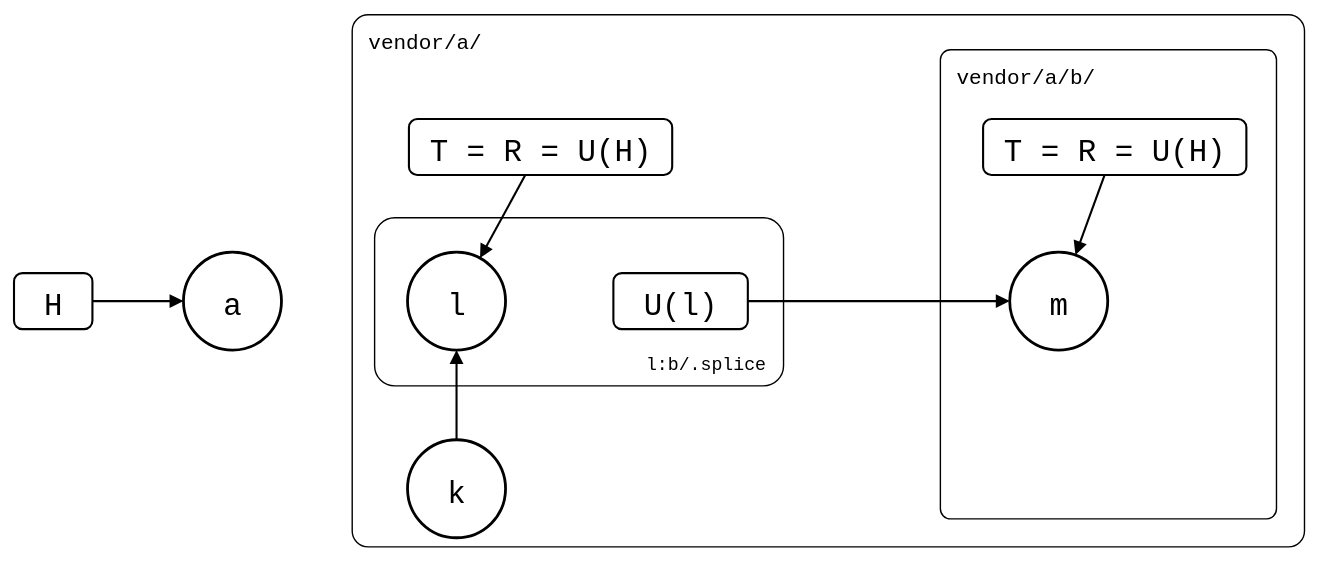
This is test/scenarios/nested-splices/nested-splices.drawio.svg from roschaefer/git-splice, a draw.io export, as it was before one commit. Source tidied: cells renumbered, new cells last; positions are measured from the earlier drawing's top-left corner, leaving out a move shared by most shapes.
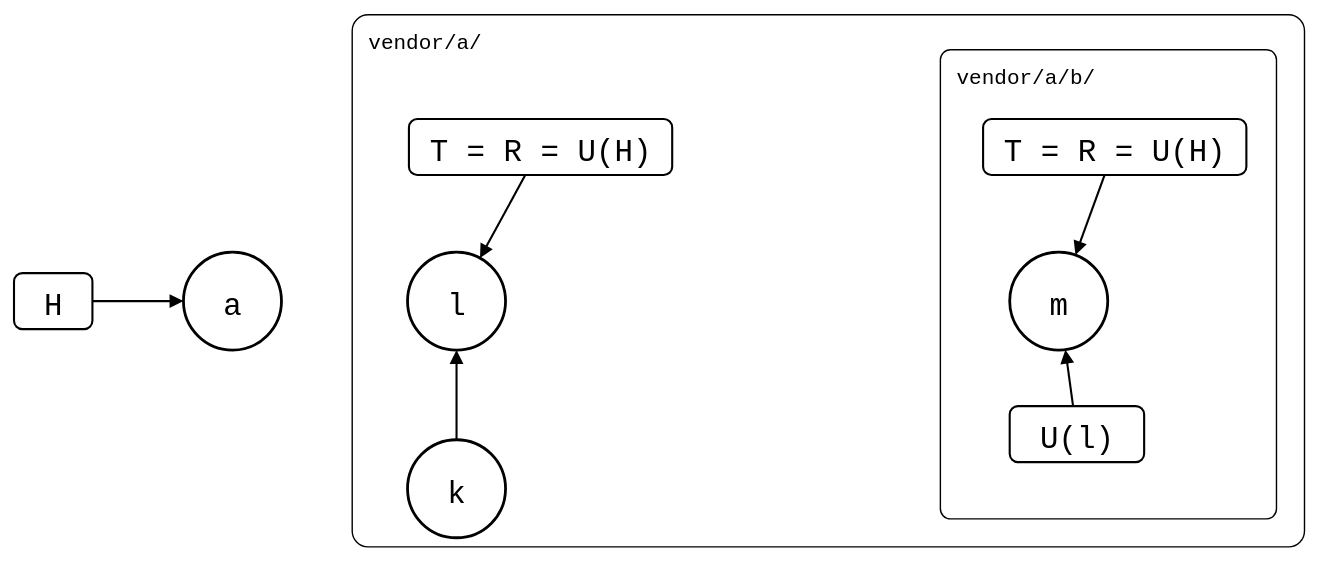
After the change.

The edit, as a diff of the source:
```diff
@@ -8,9 +8,6 @@
     <mxCell id="3" value="vendor/a/b/" style="rounded=1;arcSize=3;fillColor=none;strokeWidth=1;fontSize=15;verticalAlign=top;align=left;spacingLeft=10;spacingTop=4;fontFamily=Roboto Mono,monospace;" parent="1" vertex="1">
       <mxGeometry x="661" y="25" width="240" height="335" as="geometry" />
     </mxCell>
-    <mxCell id="4" value="l:b/.splice" style="rounded=1;arcSize=12;fillColor=none;strokeWidth=1;fontSize=13;verticalAlign=bottom;spacingBottom=6;spacingLeft=10;spacingRight=10;fontFamily=Roboto Mono,monospace;align=right;" parent="1" vertex="1">
-      <mxGeometry x="257" y="145" width="292" height="120" as="geometry" />
-    </mxCell>
     <mxCell id="5" value="a" style="ellipse;strokeWidth=2;fontSize=22;fontFamily=Roboto Mono,monospace;" parent="1" vertex="1">
       <mxGeometry x="121" y="170" width="70" height="70" as="geometry" />
     </mxCell>
@@ -27,7 +24,7 @@
       <mxGeometry y="185" width="56" height="40" as="geometry" />
     </mxCell>
     <mxCell id="10" value="U(l)" style="rounded=1;strokeWidth=1.5;fontSize=22;fontFamily=Roboto Mono,monospace;" parent="1" vertex="1">
-      <mxGeometry x="428" y="185" width="96" height="40" as="geometry" />
+      <mxGeometry x="711" y="280" width="96" height="40" as="geometry" />
     </mxCell>
     <mxCell id="11" value="T = R = U(H)" style="rounded=1;strokeWidth=1.5;fontSize=22;fontFamily=Roboto Mono,monospace;" parent="1" vertex="1">
       <mxGeometry x="282" y="75" width="188" height="40" as="geometry" />
```
